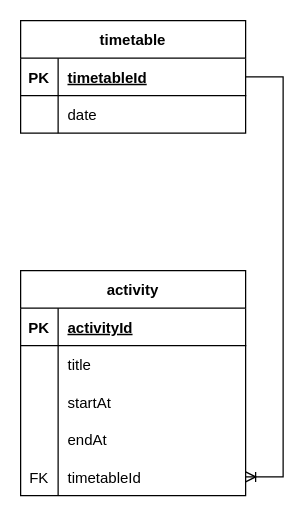
This is backend/DB_diagrams/diagram.drawio from PavKiki/Tracking-the-activity-of-children-in-field-camps, a draw.io file, before an edit. Source tidied: cells renumbered, new cells numbered last; positions are measured from the earlier drawing's top-left corner, leaving out a move shared by most shapes. Both pictures are drawn from the tidied source at 125%, with x=0, y=0 at pixel (20, 20).
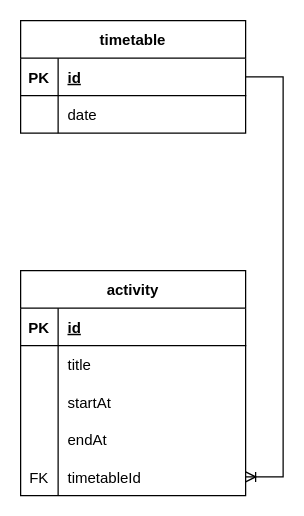
The same page after the edit.

The change refers to these unchanged cells:
```xml
<mxCell id="3" style="shape=tableRow;horizontal=0;startSize=0;swimlaneHead=0;swimlaneBody=0;fillColor=none;points=[[0,0.5],[1,0.5]];portConstraint=eastwest;top=0;left=0;right=0;bottom=1;" parent="2" vertex="1">
  <mxGeometry y="30" width="180" height="30" as="geometry" />
</mxCell>
<mxCell id="10" style="shape=tableRow;horizontal=0;startSize=0;swimlaneHead=0;swimlaneBody=0;fillColor=none;top=0;left=0;right=0;bottom=1;" parent="9" vertex="1">
  <mxGeometry y="30" width="180" height="30" as="geometry" />
</mxCell>
```

What changed in the source:
```diff
@@
-    <mxCell id="5" value="timetableId" style="shape=partialRectangle;fillColor=none;top=0;left=0;bottom=0;right=0;align=left;spacingLeft=6;fontStyle=5;overflow=hidden;" parent="3" vertex="1">
+    <mxCell id="5" value="id" style="shape=partialRectangle;fillColor=none;top=0;left=0;bottom=0;right=0;align=left;spacingLeft=6;fontStyle=5;overflow=hidden;" parent="3" vertex="1">
       <mxGeometry x="30" width="150" height="30" as="geometry" />
     </mxCell>
@@
-    <mxCell id="12" value="activityId" style="shape=partialRectangle;fillColor=none;top=0;left=0;bottom=0;right=0;align=left;spacingLeft=6;fontStyle=5;overflow=hidden;" parent="10" vertex="1">
+    <mxCell id="12" value="id" style="shape=partialRectangle;fillColor=none;top=0;left=0;bottom=0;right=0;align=left;spacingLeft=6;fontStyle=5;overflow=hidden;" parent="10" vertex="1">
       <mxGeometry x="30" width="150" height="30" as="geometry" />
     </mxCell>
```
